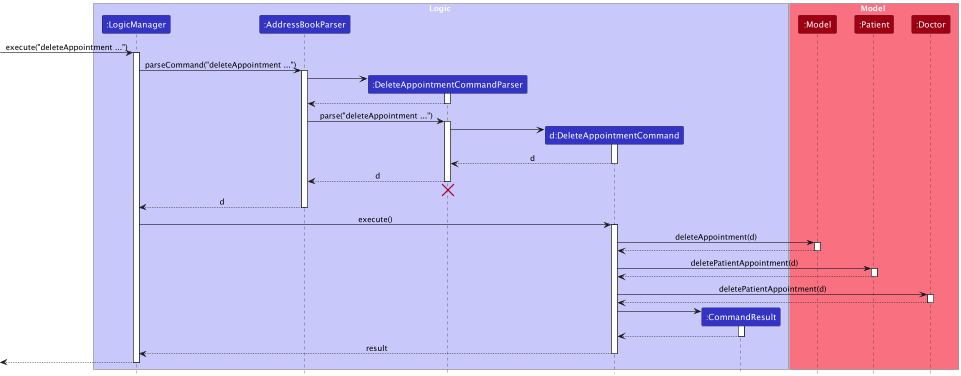
The PlantUML diagram docs/images/DeleteAppointmentSequenceDiagram.png in nus-cs2103-AY2223S2/tp, before a commit.
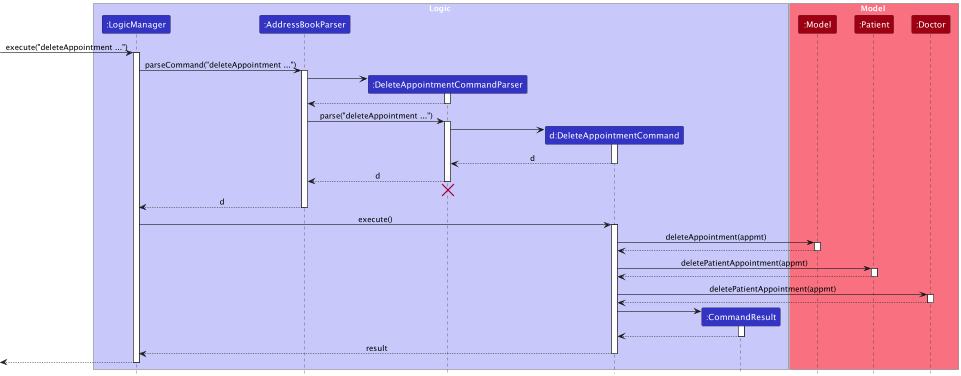
The same diagram one commit later.

Commit message:
Edit add/del appmt seq diag

What changed in the source:
```diff
@@ -49,19 +49,19 @@
 LogicManager -> DeleteAppointmentCommand : execute()
 activate DeleteAppointmentCommand
 
-DeleteAppointmentCommand -> Model : deleteAppointment(d)
+DeleteAppointmentCommand -> Model : deleteAppointment(appmt)
 activate Model
 
 Model --> DeleteAppointmentCommand
 deactivate Model
 
-DeleteAppointmentCommand -> Patient : deletePatientAppointment(d)
+DeleteAppointmentCommand -> Patient : deletePatientAppointment(appmt)
 activate Patient
 
 Patient --> DeleteAppointmentCommand
 deactivate Patient
 
-DeleteAppointmentCommand -> Doctor : deletePatientAppointment(d)
+DeleteAppointmentCommand -> Doctor : deletePatientAppointment(appmt)
 activate Doctor
 
 Doctor --> DeleteAppointmentCommand
```
